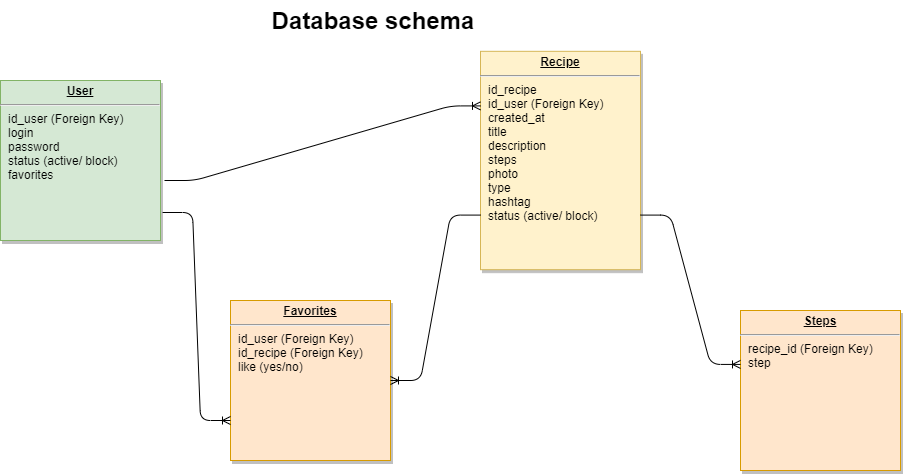
Before: files/Database schema.drawio.png, a diagram exported from draw.io (uzhegovaelena/recipes-project). Source tidied: cells renumbered, new cells last; positions are measured from the earlier drawing's top-left corner, leaving out a move shared by most shapes.
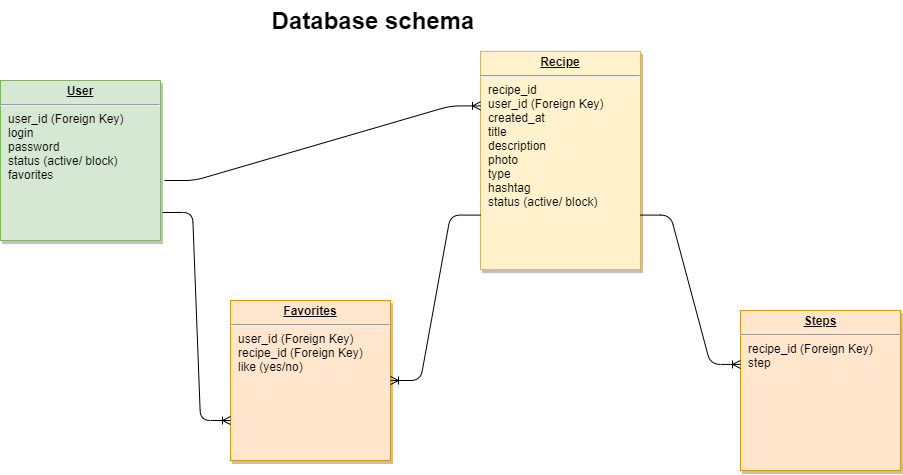
After the change.

What changed in the source:
```diff
@@ -2,13 +2,13 @@
   <root>
     <mxCell id="0" />
     <mxCell id="1" parent="0" />
-    <mxCell id="2" value="&lt;p style=&quot;margin: 0px ; margin-top: 4px ; text-align: center ; text-decoration: underline&quot;&gt;&lt;strong&gt;Recipe&lt;/strong&gt;&lt;br&gt;&lt;/p&gt;&lt;hr&gt;&lt;p style=&quot;margin: 0px ; margin-left: 8px&quot;&gt;id_recipe&lt;/p&gt;&lt;p style=&quot;margin: 0px ; margin-left: 8px&quot;&gt;id_user (Foreign Key)&lt;/p&gt;&lt;p style=&quot;margin: 0px ; margin-left: 8px&quot;&gt;created_at&lt;/p&gt;&lt;p style=&quot;margin: 0px ; margin-left: 8px&quot;&gt;title&lt;/p&gt;&lt;p style=&quot;margin: 0px ; margin-left: 8px&quot;&gt;description&lt;/p&gt;&lt;p style=&quot;margin: 0px ; margin-left: 8px&quot;&gt;steps&lt;/p&gt;&lt;p style=&quot;margin: 0px ; margin-left: 8px&quot;&gt;photo&lt;/p&gt;&lt;p style=&quot;margin: 0px ; margin-left: 8px&quot;&gt;type&lt;/p&gt;&lt;p style=&quot;margin: 0px ; margin-left: 8px&quot;&gt;&lt;span&gt;hashtag&lt;/span&gt;&lt;br&gt;&lt;/p&gt;&lt;p style=&quot;margin: 0px ; margin-left: 8px&quot;&gt;status (active/ block)&lt;/p&gt;" style="verticalAlign=top;align=left;overflow=fill;fontSize=12;fontFamily=Helvetica;html=1;strokeColor=#d6b656;shadow=1;fillColor=#fff2cc;" parent="1" vertex="1">
+    <mxCell id="2" value="&lt;p style=&quot;margin: 0px ; margin-top: 4px ; text-align: center ; text-decoration: underline&quot;&gt;&lt;strong&gt;Recipe&lt;/strong&gt;&lt;br&gt;&lt;/p&gt;&lt;hr&gt;&lt;p style=&quot;margin: 0px ; margin-left: 8px&quot;&gt;recipe_id&lt;/p&gt;&lt;p style=&quot;margin: 0px ; margin-left: 8px&quot;&gt;user_id (Foreign Key)&lt;/p&gt;&lt;p style=&quot;margin: 0px ; margin-left: 8px&quot;&gt;created_at&lt;/p&gt;&lt;p style=&quot;margin: 0px ; margin-left: 8px&quot;&gt;title&lt;/p&gt;&lt;p style=&quot;margin: 0px ; margin-left: 8px&quot;&gt;description&lt;/p&gt;&lt;p style=&quot;margin: 0px ; margin-left: 8px&quot;&gt;&lt;span&gt;photo&lt;/span&gt;&lt;br&gt;&lt;/p&gt;&lt;p style=&quot;margin: 0px ; margin-left: 8px&quot;&gt;type&lt;/p&gt;&lt;p style=&quot;margin: 0px ; margin-left: 8px&quot;&gt;&lt;span&gt;hashtag&lt;/span&gt;&lt;br&gt;&lt;/p&gt;&lt;p style=&quot;margin: 0px ; margin-left: 8px&quot;&gt;status (active/ block)&lt;/p&gt;" style="verticalAlign=top;align=left;overflow=fill;fontSize=12;fontFamily=Helvetica;html=1;strokeColor=#d6b656;shadow=1;fillColor=#fff2cc;" parent="1" vertex="1">
       <mxGeometry x="480" y="50.8" width="160" height="218.4" as="geometry" />
     </mxCell>
-    <mxCell id="3" value="&lt;p style=&quot;margin: 0px ; margin-top: 4px ; text-align: center ; text-decoration: underline&quot;&gt;&lt;b&gt;User&lt;/b&gt;&lt;/p&gt;&lt;hr&gt;&lt;p style=&quot;margin: 0px ; margin-left: 8px&quot;&gt;id_user (Foreign Key)&lt;/p&gt;&lt;p style=&quot;margin: 0px ; margin-left: 8px&quot;&gt;login&lt;/p&gt;&lt;p style=&quot;margin: 0px ; margin-left: 8px&quot;&gt;password&lt;/p&gt;&lt;p style=&quot;margin: 0px ; margin-left: 8px&quot;&gt;status (active/ block)&lt;/p&gt;&lt;p style=&quot;margin: 0px ; margin-left: 8px&quot;&gt;favorites&lt;/p&gt;" style="verticalAlign=top;align=left;overflow=fill;fontSize=12;fontFamily=Helvetica;html=1;shadow=1;fillColor=#d5e8d4;strokeColor=#82b366;" parent="1" vertex="1">
+    <mxCell id="3" value="&lt;p style=&quot;margin: 0px ; margin-top: 4px ; text-align: center ; text-decoration: underline&quot;&gt;&lt;b&gt;User&lt;/b&gt;&lt;/p&gt;&lt;hr&gt;&lt;p style=&quot;margin: 0px ; margin-left: 8px&quot;&gt;user_id (Foreign Key)&lt;/p&gt;&lt;p style=&quot;margin: 0px ; margin-left: 8px&quot;&gt;login&lt;/p&gt;&lt;p style=&quot;margin: 0px ; margin-left: 8px&quot;&gt;password&lt;/p&gt;&lt;p style=&quot;margin: 0px ; margin-left: 8px&quot;&gt;status (active/ block)&lt;/p&gt;&lt;p style=&quot;margin: 0px ; margin-left: 8px&quot;&gt;favorites&lt;/p&gt;" style="verticalAlign=top;align=left;overflow=fill;fontSize=12;fontFamily=Helvetica;html=1;shadow=1;fillColor=#d5e8d4;strokeColor=#82b366;" parent="1" vertex="1">
       <mxGeometry y="80" width="160" height="160" as="geometry" />
     </mxCell>
-    <mxCell id="4" value="&lt;p style=&quot;margin: 0px ; margin-top: 4px ; text-align: center ; text-decoration: underline&quot;&gt;&lt;b&gt;Favorites&lt;/b&gt;&lt;/p&gt;&lt;hr&gt;&lt;p style=&quot;margin: 0px ; margin-left: 8px&quot;&gt;id_user (Foreign Key)&lt;/p&gt;&lt;p style=&quot;margin: 0px ; margin-left: 8px&quot;&gt;id_recipe&amp;nbsp;(Foreign Key)&amp;nbsp;&lt;/p&gt;&lt;p style=&quot;margin: 0px ; margin-left: 8px&quot;&gt;like (yes/no)&lt;/p&gt;&lt;p style=&quot;margin: 0px ; margin-left: 8px&quot;&gt;&lt;br&gt;&lt;/p&gt;" style="verticalAlign=top;align=left;overflow=fill;fontSize=12;fontFamily=Helvetica;html=1;shadow=1;fillColor=#ffe6cc;strokeColor=#d79b00;" parent="1" vertex="1">
+    <mxCell id="4" value="&lt;p style=&quot;margin: 0px ; margin-top: 4px ; text-align: center ; text-decoration: underline&quot;&gt;&lt;b&gt;Favorites&lt;/b&gt;&lt;/p&gt;&lt;hr&gt;&lt;p style=&quot;margin: 0px ; margin-left: 8px&quot;&gt;user_id&amp;nbsp;(Foreign Key)&lt;/p&gt;&lt;p style=&quot;margin: 0px ; margin-left: 8px&quot;&gt;recipe_id&amp;nbsp;&lt;span&gt;(Foreign Key)&amp;nbsp;&lt;/span&gt;&lt;/p&gt;&lt;p style=&quot;margin: 0px ; margin-left: 8px&quot;&gt;like (yes/no)&lt;/p&gt;&lt;p style=&quot;margin: 0px ; margin-left: 8px&quot;&gt;&lt;br&gt;&lt;/p&gt;" style="verticalAlign=top;align=left;overflow=fill;fontSize=12;fontFamily=Helvetica;html=1;shadow=1;fillColor=#ffe6cc;strokeColor=#d79b00;" parent="1" vertex="1">
       <mxGeometry x="230" y="300" width="160" height="160" as="geometry" />
     </mxCell>
     <mxCell id="5" value="Database schema" style="text;html=1;strokeColor=none;fillColor=none;align=center;verticalAlign=middle;whiteSpace=wrap;rounded=0;fontSize=24;fontStyle=1;" parent="1" vertex="1">
```
